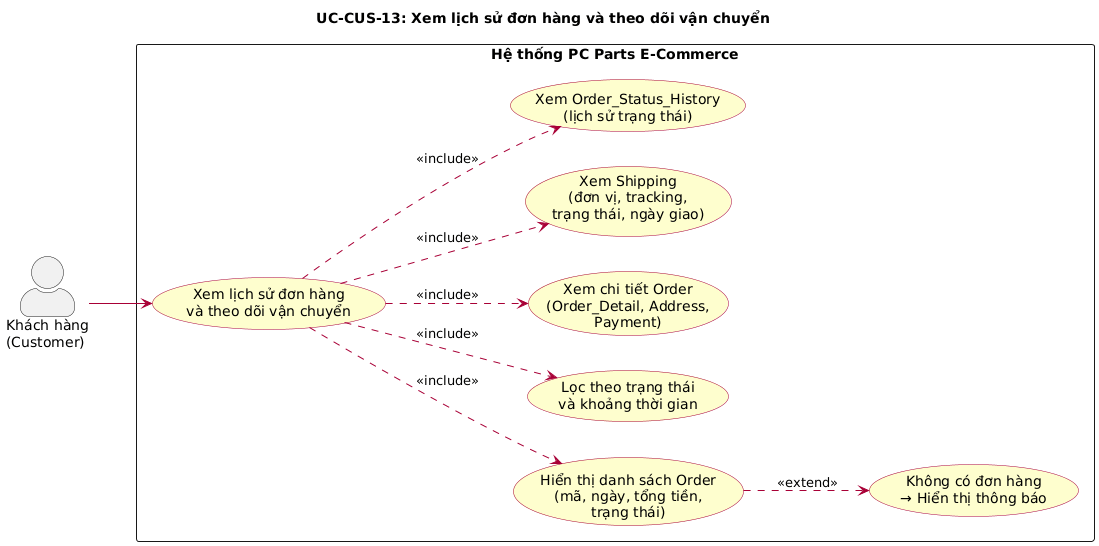
The PlantUML diagram docs/diagrams/images/uc_CUS13_lich_su_don_hang.png in huuhieu56/PC-Parts-ECommerce, before a commit. Its diagram source:
```plantuml
@startuml
left to right direction
skinparam actorStyle awesome
skinparam packageStyle rectangle
skinparam usecase {
  BackgroundColor #FEFECE
  BorderColor #A80036
  ArrowColor #A80036
}

title UC-CUS-13: Xem lịch sử đơn hàng và theo dõi vận chuyển

actor "Khách hàng\n(Customer)" as Customer

rectangle "Hệ thống PC Parts E-Commerce" {
  usecase "Xem lịch sử đơn hàng\nvà theo dõi vận chuyển" as UC_HISTORY
  usecase "Hiển thị danh sách Order\n(mã, ngày, tổng tiền,\ntrạng thái)" as UC_LIST
  usecase "Lọc theo trạng thái\nvà khoảng thời gian" as UC_FILTER
  usecase "Xem chi tiết Order\n(Order_Detail, Address,\nPayment)" as UC_DETAIL
  usecase "Xem Shipping\n(đơn vị, tracking,\ntrạng thái, ngày giao)" as UC_SHIPPING
  usecase "Xem Order_Status_History\n(lịch sử trạng thái)" as UC_STATUS_HIST
  usecase "Không có đơn hàng\n→ Hiển thị thông báo" as UC_ERR_EMPTY
}

Customer --> UC_HISTORY

UC_HISTORY ..> UC_LIST : <<include>>
UC_HISTORY ..> UC_FILTER : <<include>>
UC_HISTORY ..> UC_DETAIL : <<include>>
UC_HISTORY ..> UC_SHIPPING : <<include>>
UC_HISTORY ..> UC_STATUS_HIST : <<include>>
UC_LIST ..> UC_ERR_EMPTY : <<extend>>
@enduml
```
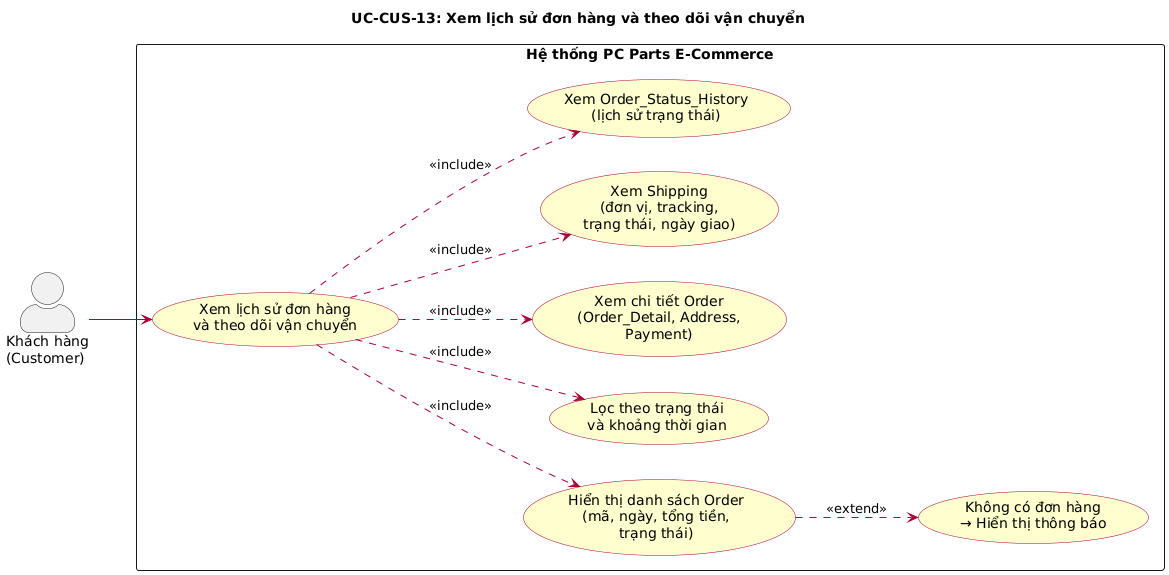
Later version of the same file.

The edit, as a diff of the source:
```diff
@@ -1,4 +1,4 @@
-@startuml
+@startuml uc_CUS13_lich_su_don_hang
 left to right direction
 skinparam actorStyle awesome
 skinparam packageStyle rectangle
@@ -30,4 +30,5 @@
 UC_HISTORY ..> UC_SHIPPING : <<include>>
 UC_HISTORY ..> UC_STATUS_HIST : <<include>>
 UC_LIST ..> UC_ERR_EMPTY : <<extend>>
+
 @enduml
```
